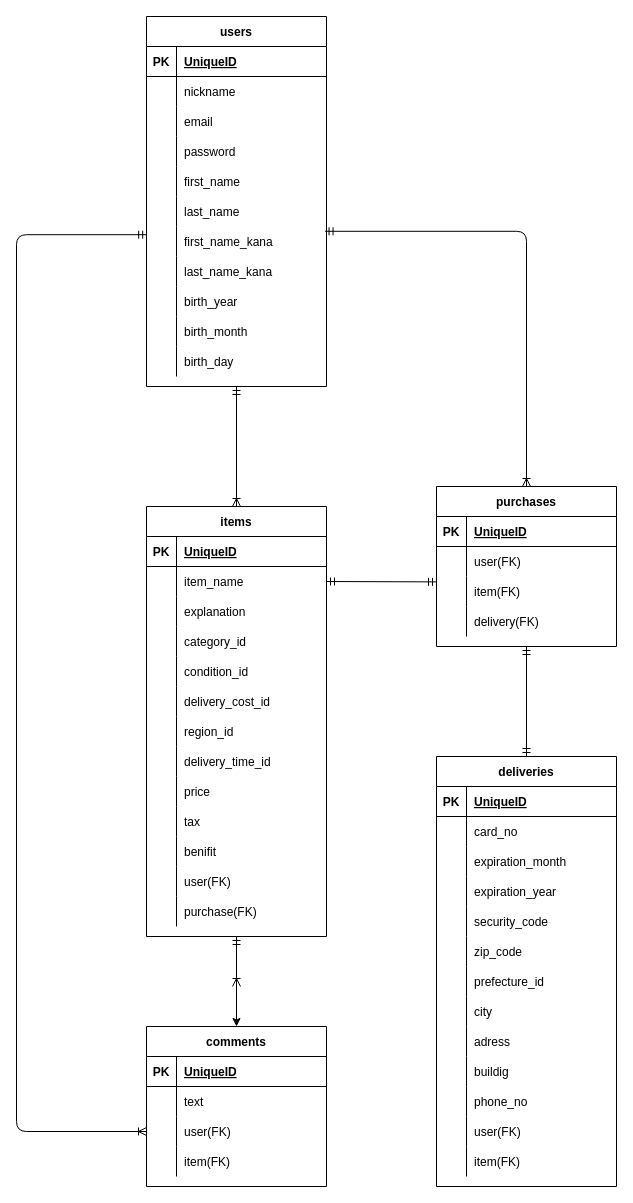
mmhm416/furima-34328 keeps this draw.io diagram as database.dio. Above is the earlier version. Source tidied: cells renumbered, new cells numbered last; positions are measured from the earlier drawing's top-left corner, leaving out a move shared by most shapes. Both pictures are drawn from the tidied source at 100%, with x=0, y=0 at pixel (16, 16).
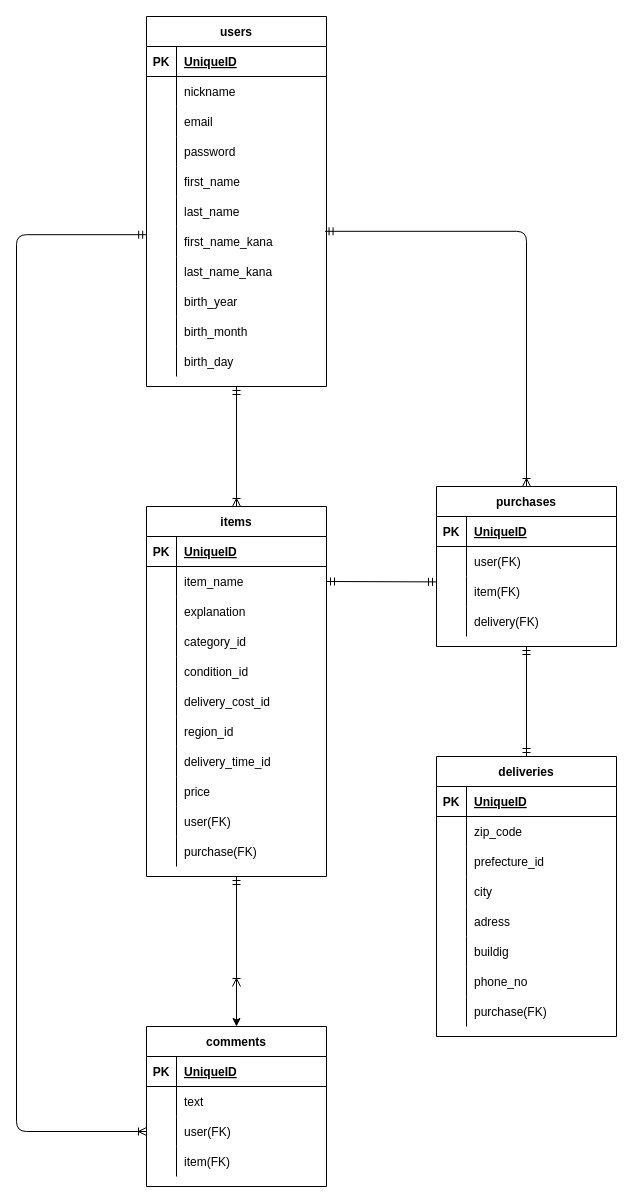
The same diagram, later.

Commit message:
不要カラムの削除

Change to the diagram source:
```diff
@@
     <mxCell id="37" value="items" style="shape=table;startSize=30;childLayout=tableLayout;rowLines=0;fontStyle=1;align=center;fillColor=none;" parent="1" vertex="1">
-      <mxGeometry x="130" y="490" width="180" height="430" as="geometry" />
+      <mxGeometry x="130" y="490" width="180" height="370" as="geometry" />
     </mxCell>
@@
-    <mxCell id="65" style="shape=partialRectangle;fillColor=none;top=0;left=0;bottom=0;right=0;" parent="37" vertex="1">
-      <mxGeometry y="300" width="180" height="30" as="geometry" />
-    </mxCell>
-    <mxCell id="66" style="shape=partialRectangle;fillColor=none;top=0;left=0;bottom=0;right=0;overflow=hidden;" parent="65" vertex="1">
-      <mxGeometry width="30" height="30" as="geometry" />
-    </mxCell>
-    <mxCell id="67" value="tax" style="shape=partialRectangle;fillColor=none;top=0;left=0;bottom=0;right=0;align=left;spacingLeft=6;overflow=hidden;" parent="65" vertex="1">
-      <mxGeometry x="30" width="150" height="30" as="geometry" />
-    </mxCell>
-    <mxCell id="68" style="shape=partialRectangle;fillColor=none;top=0;left=0;bottom=0;right=0;" parent="37" vertex="1">
-      <mxGeometry y="330" width="180" height="30" as="geometry" />
-    </mxCell>
-    <mxCell id="69" style="shape=partialRectangle;fillColor=none;top=0;left=0;bottom=0;right=0;overflow=hidden;" parent="68" vertex="1">
-      <mxGeometry width="30" height="30" as="geometry" />
-    </mxCell>
-    <mxCell id="70" value="benifit" style="shape=partialRectangle;fillColor=none;top=0;left=0;bottom=0;right=0;align=left;spacingLeft=6;overflow=hidden;" parent="68" vertex="1">
-      <mxGeometry x="30" width="150" height="30" as="geometry" />
-    </mxCell>
     <mxCell id="71" style="shape=partialRectangle;fillColor=none;top=0;left=0;bottom=0;right=0;" parent="37" vertex="1">
-      <mxGeometry y="360" width="180" height="30" as="geometry" />
+      <mxGeometry y="300" width="180" height="30" as="geometry" />
     </mxCell>
@@
     <mxCell id="74" style="shape=partialRectangle;fillColor=none;top=0;left=0;bottom=0;right=0;" parent="37" vertex="1">
-      <mxGeometry y="390" width="180" height="30" as="geometry" />
+      <mxGeometry y="330" width="180" height="30" as="geometry" />
     </mxCell>
@@
     <mxCell id="90" value="deliveries" style="shape=table;startSize=30;childLayout=tableLayout;rowLines=0;fontStyle=1;align=center;" parent="1" vertex="1">
-      <mxGeometry x="420" y="740" width="180" height="430" as="geometry" />
+      <mxGeometry x="420" y="740" width="180" height="280" as="geometry" />
     </mxCell>
@@
-    <mxCell id="94" style="shape=partialRectangle;fillColor=none;top=0;left=0;bottom=0;right=0;" parent="90" vertex="1">
-      <mxGeometry y="60" width="180" height="30" as="geometry" />
-    </mxCell>
-    <mxCell id="95" style="shape=partialRectangle;fillColor=none;top=0;left=0;bottom=0;right=0;overflow=hidden;" parent="94" vertex="1">
-      <mxGeometry width="30" height="30" as="geometry" />
-    </mxCell>
-    <mxCell id="96" value="card_no " style="shape=partialRectangle;fillColor=none;top=0;left=0;bottom=0;right=0;align=left;spacingLeft=6;overflow=hidden;" parent="94" vertex="1">
-      <mxGeometry x="30" width="150" height="30" as="geometry" />
-    </mxCell>
-    <mxCell id="97" style="shape=partialRectangle;fillColor=none;top=0;left=0;bottom=0;right=0;" parent="90" vertex="1">
-      <mxGeometry y="90" width="180" height="30" as="geometry" />
-    </mxCell>
-    <mxCell id="98" style="shape=partialRectangle;fillColor=none;top=0;left=0;bottom=0;right=0;overflow=hidden;" parent="97" vertex="1">
-      <mxGeometry width="30" height="30" as="geometry" />
-    </mxCell>
-    <mxCell id="99" value="expiration_month " style="shape=partialRectangle;fillColor=none;top=0;left=0;bottom=0;right=0;align=left;spacingLeft=6;overflow=hidden;" parent="97" vertex="1">
-      <mxGeometry x="30" width="150" height="30" as="geometry" />
-    </mxCell>
-    <mxCell id="100" style="shape=partialRectangle;fillColor=none;top=0;left=0;bottom=0;right=0;" parent="90" vertex="1">
-      <mxGeometry y="120" width="180" height="30" as="geometry" />
-    </mxCell>
-    <mxCell id="101" style="shape=partialRectangle;fillColor=none;top=0;left=0;bottom=0;right=0;overflow=hidden;" parent="100" vertex="1">
-      <mxGeometry width="30" height="30" as="geometry" />
-    </mxCell>
-    <mxCell id="102" value="expiration_year" style="shape=partialRectangle;fillColor=none;top=0;left=0;bottom=0;right=0;align=left;spacingLeft=6;overflow=hidden;" parent="100" vertex="1">
-      <mxGeometry x="30" width="150" height="30" as="geometry" />
-    </mxCell>
-    <mxCell id="103" style="shape=partialRectangle;fillColor=none;top=0;left=0;bottom=0;right=0;" parent="90" vertex="1">
-      <mxGeometry y="150" width="180" height="30" as="geometry" />
-    </mxCell>
-    <mxCell id="104" style="shape=partialRectangle;fillColor=none;top=0;left=0;bottom=0;right=0;overflow=hidden;" parent="103" vertex="1">
-      <mxGeometry width="30" height="30" as="geometry" />
-    </mxCell>
-    <mxCell id="105" value="security_code" style="shape=partialRectangle;fillColor=none;top=0;left=0;bottom=0;right=0;align=left;spacingLeft=6;overflow=hidden;" parent="103" vertex="1">
-      <mxGeometry x="30" width="150" height="30" as="geometry" />
-    </mxCell>
     <mxCell id="106" style="shape=partialRectangle;fillColor=none;top=0;left=0;bottom=0;right=0;" parent="90" vertex="1">
-      <mxGeometry y="180" width="180" height="30" as="geometry" />
+      <mxGeometry y="60" width="180" height="30" as="geometry" />
     </mxCell>
@@
     <mxCell id="109" style="shape=partialRectangle;fillColor=none;top=0;left=0;bottom=0;right=0;" parent="90" vertex="1">
-      <mxGeometry y="210" width="180" height="30" as="geometry" />
+      <mxGeometry y="90" width="180" height="30" as="geometry" />
     </mxCell>
@@
     <mxCell id="112" style="shape=partialRectangle;fillColor=none;top=0;left=0;bottom=0;right=0;" parent="90" vertex="1">
-      <mxGeometry y="240" width="180" height="30" as="geometry" />
+      <mxGeometry y="120" width="180" height="30" as="geometry" />
     </mxCell>
@@
     <mxCell id="115" style="shape=partialRectangle;fillColor=none;top=0;left=0;bottom=0;right=0;" parent="90" vertex="1">
-      <mxGeometry y="270" width="180" height="30" as="geometry" />
+      <mxGeometry y="150" width="180" height="30" as="geometry" />
     </mxCell>
@@
     <mxCell id="118" style="shape=partialRectangle;fillColor=none;top=0;left=0;bottom=0;right=0;" parent="90" vertex="1">
-      <mxGeometry y="300" width="180" height="30" as="geometry" />
+      <mxGeometry y="180" width="180" height="30" as="geometry" />
     </mxCell>
@@
     <mxCell id="121" style="shape=partialRectangle;fillColor=none;top=0;left=0;bottom=0;right=0;" parent="90" vertex="1">
-      <mxGeometry y="330" width="180" height="30" as="geometry" />
+      <mxGeometry y="210" width="180" height="30" as="geometry" />
     </mxCell>
@@
-    <mxCell id="124" style="shape=partialRectangle;fillColor=none;top=0;left=0;bottom=0;right=0;" parent="90" vertex="1">
-      <mxGeometry y="360" width="180" height="30" as="geometry" />
-    </mxCell>
-    <mxCell id="125" style="shape=partialRectangle;fillColor=none;top=0;left=0;bottom=0;right=0;overflow=hidden;" parent="124" vertex="1">
-      <mxGeometry width="30" height="30" as="geometry" />
-    </mxCell>
-    <mxCell id="126" value="user(FK)" style="shape=partialRectangle;fillColor=none;top=0;left=0;bottom=0;right=0;align=left;spacingLeft=6;overflow=hidden;" parent="124" vertex="1">
-      <mxGeometry x="30" width="150" height="30" as="geometry" />
-    </mxCell>
     <mxCell id="127" style="shape=partialRectangle;fillColor=none;top=0;left=0;bottom=0;right=0;" parent="90" vertex="1">
-      <mxGeometry y="390" width="180" height="30" as="geometry" />
+      <mxGeometry y="240" width="180" height="30" as="geometry" />
     </mxCell>
@@
-    <mxCell id="129" value="item(FK)" style="shape=partialRectangle;fillColor=none;top=0;left=0;bottom=0;right=0;align=left;spacingLeft=6;overflow=hidden;" parent="127" vertex="1">
+    <mxCell id="129" value="purchase(FK)" style="shape=partialRectangle;fillColor=none;top=0;left=0;bottom=0;right=0;align=left;spacingLeft=6;overflow=hidden;" parent="127" vertex="1">
       <mxGeometry x="30" width="150" height="30" as="geometry" />
     </mxCell>
```
